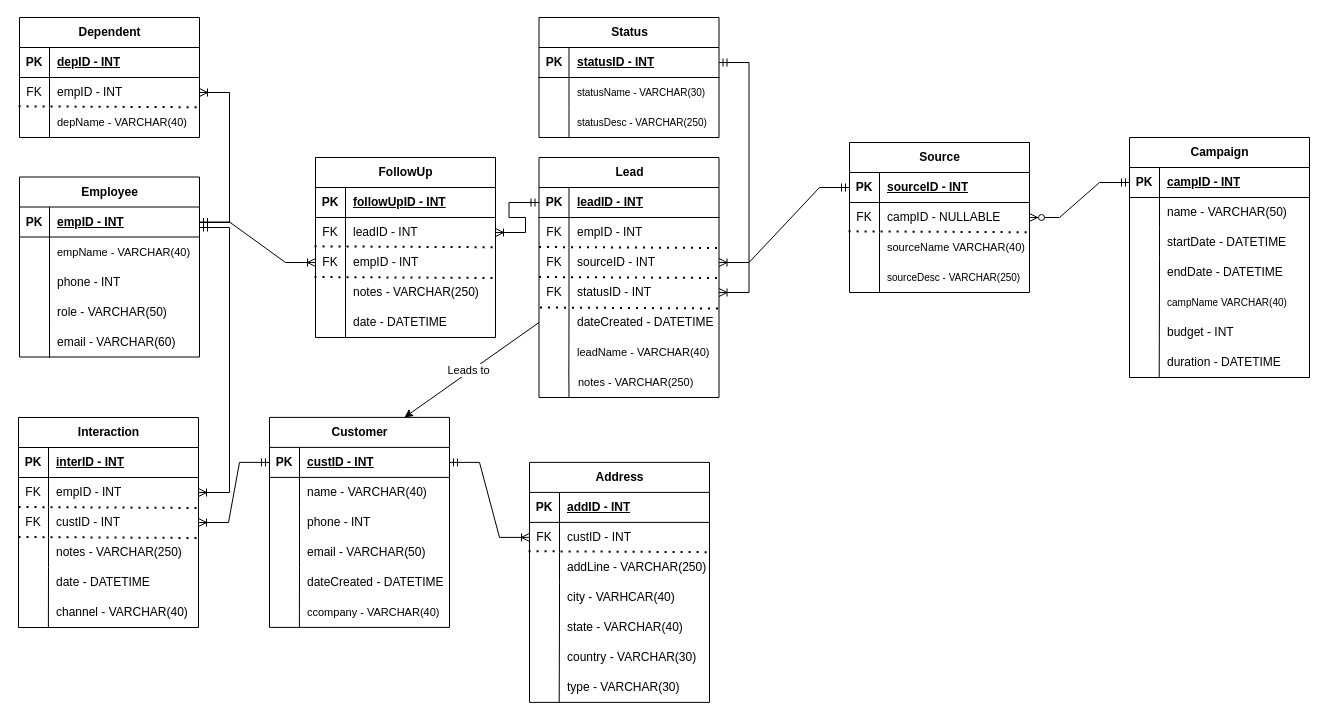
Before: mapping.drawio in AnthonyEdward777/CRM-DBMS, a draw.io diagram. Source tidied: cells renumbered, new cells numbered last; positions are measured from the earlier drawing's top-left corner, leaving out a move shared by most shapes. Both pictures are drawn from the tidied source at 100%, with x=0, y=0 at pixel (-21, 17).
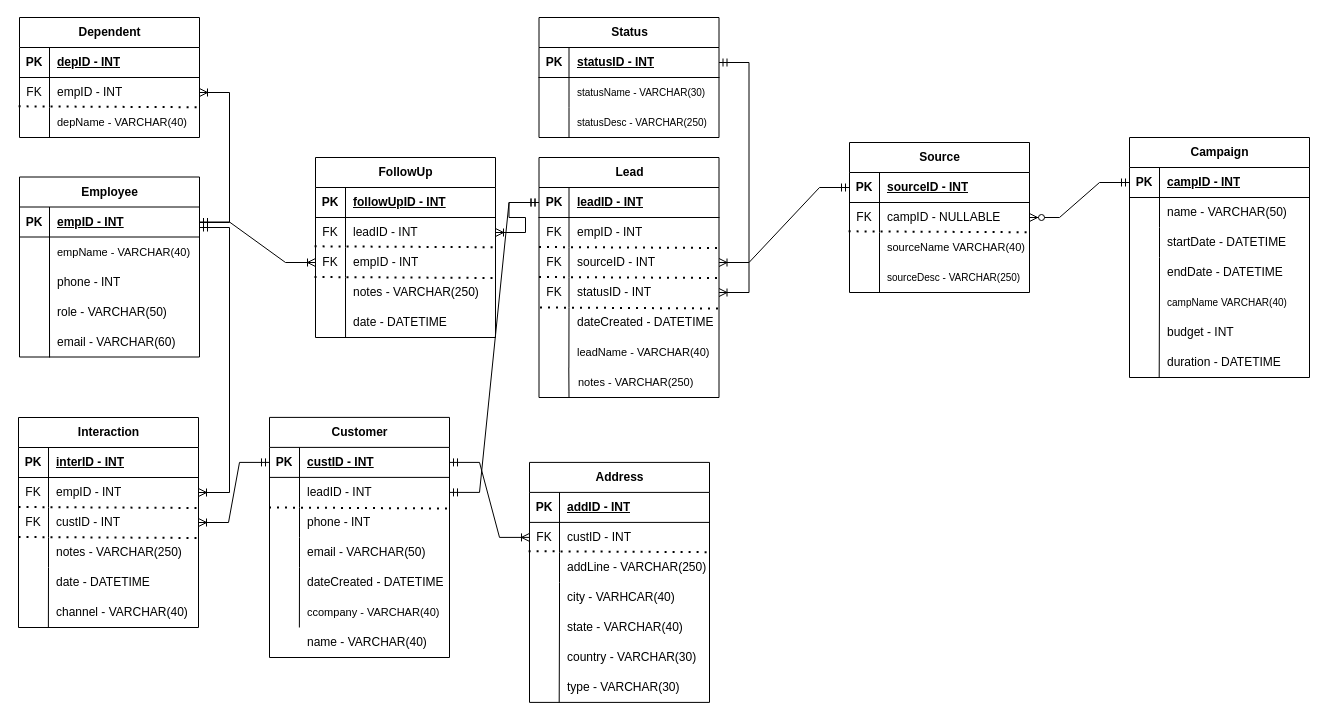
After the change.

Commit message (it also covers changes not shown here):
fixed data logic error

The change refers to these unchanged cells:
```xml
<mxCell id="129" style="shape=tableRow;horizontal=0;startSize=0;swimlaneHead=0;swimlaneBody=0;fillColor=none;points=[[0,0.5],[1,0.5]];portConstraint=eastwest;top=0;left=0;right=0;bottom=1;" parent="128" vertex="1">
  <mxGeometry y="30" width="180" height="30" as="geometry" />
</mxCell>
<mxCell id="144" style="shape=tableRow;horizontal=0;startSize=0;swimlaneHead=0;swimlaneBody=0;fillColor=none;points=[[0,0.5],[1,0.5]];portConstraint=eastwest;top=0;left=0;right=0;bottom=0;" parent="1" vertex="1">
  <mxGeometry x="559.5" y="290" width="180" height="30" as="geometry" />
</mxCell>
<mxCell id="176" style="shape=tableRow;horizontal=0;startSize=0;swimlaneHead=0;swimlaneBody=0;fillColor=none;points=[[0,0.5],[1,0.5]];portConstraint=eastwest;top=0;left=0;right=0;bottom=0;swimlaneFillColor=none;labelBorderColor=none;labelBackgroundColor=none;" parent="172" vertex="1">
  <mxGeometry y="60" width="180" height="30" as="geometry" />
</mxCell>
```

What changed in the source:
```diff
@@
     <mxCell id="172" value="Customer" style="shape=table;startSize=30;childLayout=tableLayout;rowLines=0;fontStyle=1;align=center;html=1;" parent="1" vertex="1">
-      <mxGeometry x="290" y="399.9" width="180" height="210" as="geometry" />
+      <mxGeometry x="290" y="399.9" width="180" height="240.1" as="geometry" />
     </mxCell>
@@
-    <mxCell id="178" value="name - VARCHAR(40)" style="shape=partialRectangle;fillColor=none;top=0;left=0;bottom=0;right=0;align=left;spacingLeft=6;overflow=hidden;whiteSpace=wrap;html=1;labelBorderColor=none;labelBackgroundColor=none;swimlaneFillColor=none;" parent="176" vertex="1">
+    <mxCell id="178" value="leadID - INT" style="shape=partialRectangle;fillColor=none;top=0;left=0;bottom=0;right=0;align=left;spacingLeft=6;overflow=hidden;whiteSpace=wrap;html=1;labelBorderColor=none;labelBackgroundColor=none;swimlaneFillColor=none;" parent="176" vertex="1">
       <mxGeometry x="30" width="150" height="30" as="geometry" />
     </mxCell>
@@
-    <mxCell id="201" style="endArrow=classic;html=1;rounded=0;entryX=0.75;entryY=0;entryDx=0;entryDy=0;exitX=0;exitY=0.5;exitDx=0;exitDy=0;" parent="1" edge="1" source="144" target="172">
-      <mxGeometry relative="1" as="geometry" />
-    </mxCell>
-    <mxCell id="202" value="Leads to" style="edgeLabel;html=1;align=center;verticalAlign=middle;" parent="201" vertex="1">
-      <mxGeometry x="0.03" y="-2" relative="1" as="geometry" />
-    </mxCell>
+    <mxCell id="203" style="shape=tableRow;horizontal=0;startSize=0;swimlaneHead=0;swimlaneBody=0;fillColor=none;top=0;left=0;right=0;bottom=0;swimlaneFillColor=none;labelBorderColor=none;labelBackgroundColor=none;" parent="1" vertex="1">
+      <mxGeometry x="340" y="610" width="180" height="30" as="geometry" />
+    </mxCell>
+    <mxCell id="204" style="shape=partialRectangle;fillColor=none;top=0;left=0;bottom=0;right=0;overflow=hidden;whiteSpace=wrap;html=1;labelBorderColor=none;labelBackgroundColor=none;swimlaneFillColor=none;" parent="203" vertex="1">
+      <mxGeometry width="30" height="30" as="geometry" />
+    </mxCell>
+    <mxCell id="205" value="name - VARCHAR(40)" style="shape=partialRectangle;fillColor=none;top=0;left=0;bottom=0;right=0;align=left;spacingLeft=6;overflow=hidden;whiteSpace=wrap;html=1;labelBorderColor=none;labelBackgroundColor=none;swimlaneFillColor=none;" parent="1" vertex="1">
+      <mxGeometry x="320" y="610" width="150" height="30" as="geometry" />
+    </mxCell>
+    <mxCell id="206" style="endArrow=none;dashed=1;html=1;dashPattern=1 3;strokeWidth=2;rounded=0;exitX=-0.005;exitY=-0.039;exitDx=0;exitDy=0;exitPerimeter=0;entryX=0.999;entryY=0.992;entryDx=0;entryDy=0;entryPerimeter=0;" parent="1" edge="1">
+      <mxGeometry relative="1" as="geometry">
+        <mxPoint x="289.5" y="490" as="sourcePoint" />
+        <mxPoint x="470.5" y="491" as="targetPoint" />
+      </mxGeometry>
+    </mxCell>
+    <mxCell id="207" style="edgeStyle=entityRelationEdgeStyle;fontSize=12;html=1;endArrow=ERmandOne;startArrow=ERmandOne;rounded=0;entryX=0;entryY=0.5;entryDx=0;entryDy=0;exitX=1;exitY=0.5;exitDx=0;exitDy=0;" parent="1" edge="1" source="176" target="129">
+      <mxGeometry relative="1" as="geometry" />
+    </mxCell>
```
